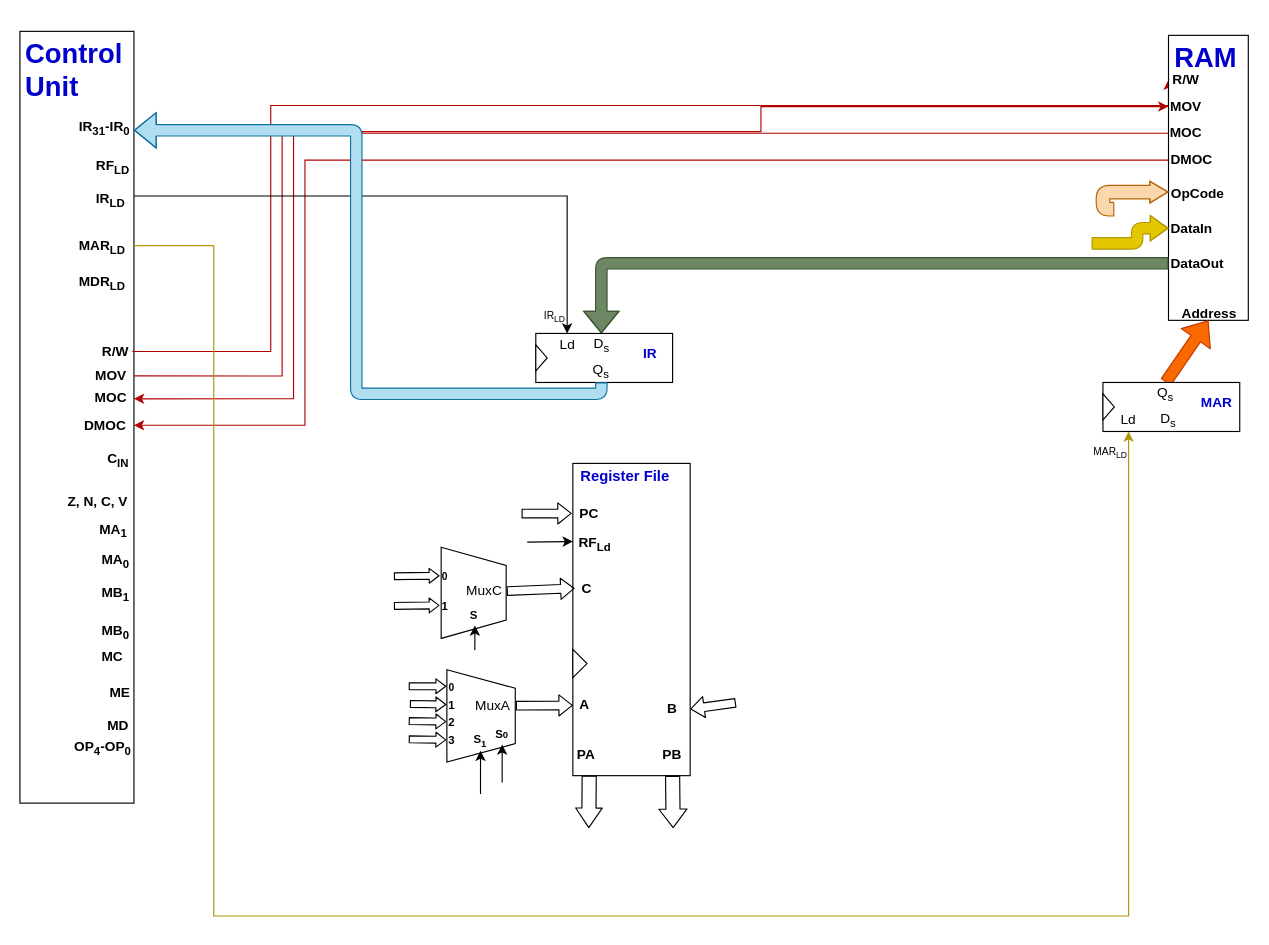
The draw.io diagram MIPS CPU Diagram.drawio in TheParodicts/MIPS_CPU_Diagram, before the edit. Source tidied: cells renumbered, new cells numbered last; positions are measured from the earlier drawing's top-left corner, leaving out a move shared by most shapes. Both pictures are drawn from the tidied source at 114%, with x=0, y=0 at pixel (19, 31).
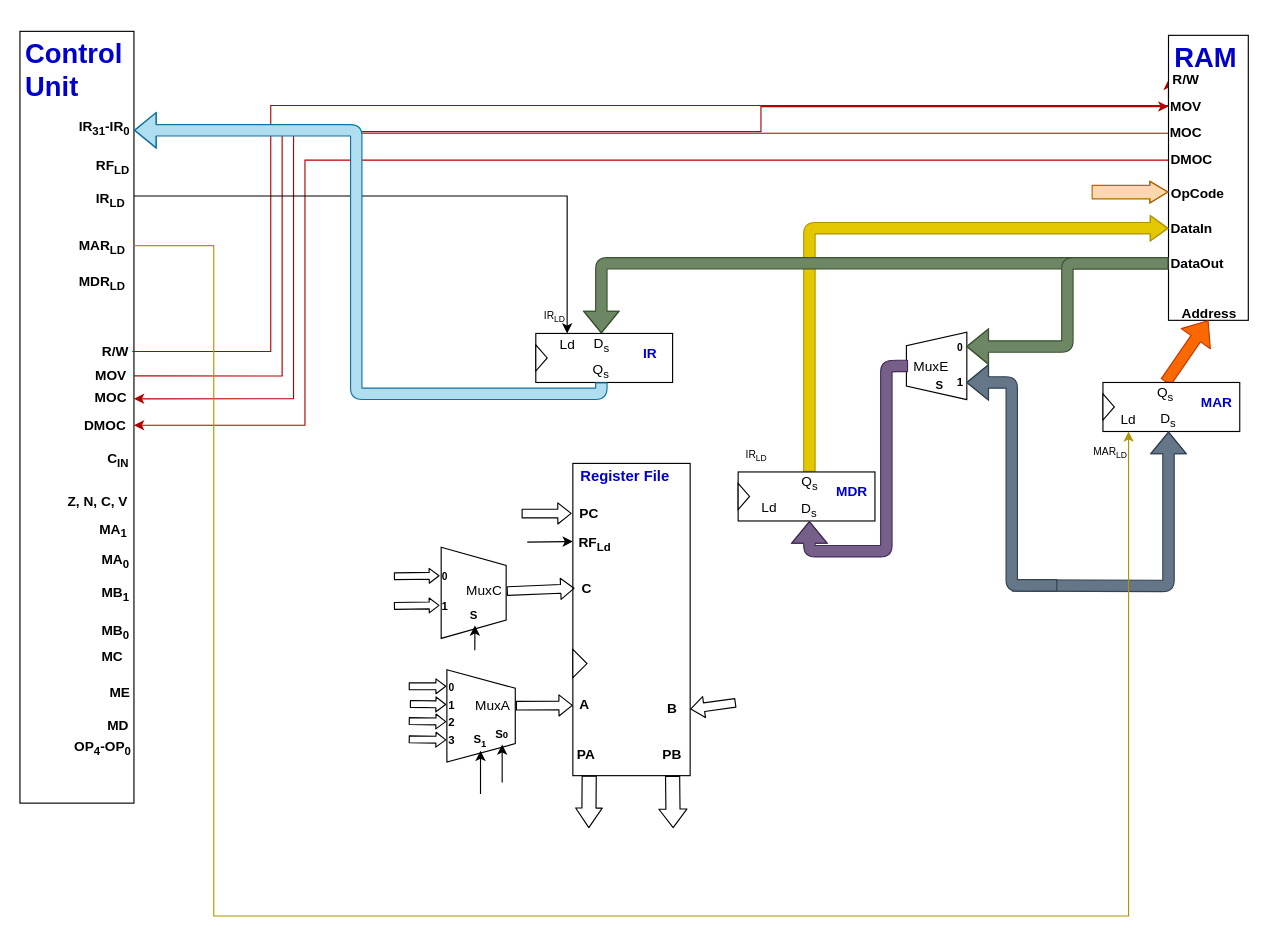
The same diagram, later.

The change refers to these unchanged cells:
```xml
<mxCell id="22" value="&lt;div style=&quot;text-align: right&quot;&gt;&lt;b&gt;MAR&lt;sub&gt;LD&lt;/sub&gt;&lt;/b&gt;&lt;br&gt;&lt;/div&gt;" style="text;html=1;" parent="5" vertex="1">
  <mxGeometry x="50" y="174" width="50" height="28" as="geometry" />
</mxCell>
<mxCell id="37" value="&lt;div style=&quot;text-align: left&quot;&gt;&lt;b&gt;DataIn&lt;/b&gt;&lt;/div&gt;" style="text;html=1;strokeColor=none;fillColor=none;align=center;verticalAlign=middle;whiteSpace=wrap;rounded=0;" parent="31" vertex="1">
  <mxGeometry y="161.4" width="40" height="15.6" as="geometry" />
</mxCell>
<mxCell id="39" value="&lt;b&gt;OpCode&lt;/b&gt;" style="text;html=1;" parent="31" vertex="1">
  <mxGeometry y="125" width="60" height="25" as="geometry" />
</mxCell>
<mxCell id="41" value="&lt;div style=&quot;text-align: left&quot;&gt;&lt;b&gt;DataOut&lt;/b&gt;&lt;/div&gt;" style="text;html=1;strokeColor=none;fillColor=none;align=center;verticalAlign=middle;whiteSpace=wrap;rounded=0;" parent="30" vertex="1">
  <mxGeometry y="190" width="50" height="20" as="geometry" />
</mxCell>
<mxCell id="68" value="Ld&lt;br&gt;" style="text;html=1;strokeColor=none;fillColor=none;align=center;verticalAlign=middle;whiteSpace=wrap;rounded=0;" parent="64" vertex="1">
  <mxGeometry x="10" y="23.1" width="25" height="20" as="geometry" />
</mxCell>
<mxCell id="69" value="D&lt;sub&gt;s&lt;/sub&gt;" style="text;html=1;strokeColor=none;fillColor=none;align=center;verticalAlign=middle;whiteSpace=wrap;rounded=0;" parent="64" vertex="1">
  <mxGeometry x="45" y="23.1" width="25" height="20" as="geometry" />
</mxCell>
```

Change to the diagram source:
```diff
@@
-    <mxCell id="42" style="shape=flexArrow;endArrow=classic;html=1;entryX=0;entryY=0.5;entryDx=0;entryDy=0;edgeStyle=orthogonalEdgeStyle;endWidth=11.162790697674419;endSize=4.82093023255814;fillColor=#e3c800;strokeColor=#B09500;" parent="1" edge="1" target="37">
+    <mxCell id="42" style="shape=flexArrow;endArrow=classic;html=1;entryX=0;entryY=0.5;entryDx=0;entryDy=0;edgeStyle=orthogonalEdgeStyle;endWidth=11.162790697674419;endSize=4.82093023255814;fillColor=#e3c800;strokeColor=#B09500;exitX=0.5;exitY=0;exitDx=0;exitDy=0;" parent="1" edge="1" source="127" target="37">
       <mxGeometry relative="1" as="geometry">
-        <mxPoint x="940" y="186" as="sourcePoint" />
         <Array as="points">
-          <mxPoint x="980" y="186" />
-          <mxPoint x="980" y="173" />
+          <mxPoint x="692" y="173" />
         </Array>
       </mxGeometry>
     </mxCell>
@@
-    <mxCell id="59" style="endArrow=classic;html=1;entryX=0.5;entryY=1;entryDx=0;entryDy=0;exitX=1;exitY=0.5;exitDx=0;exitDy=0;edgeStyle=orthogonalEdgeStyle;rounded=0;fillColor=#e3c800;strokeColor=#B09500;" parent="1" edge="1" source="22" target="68">
-      <mxGeometry relative="1" as="geometry">
-        <Array as="points">
-          <mxPoint x="170" y="188" />
-          <mxPoint x="170" y="776" />
-          <mxPoint x="972" y="776" />
-        </Array>
-      </mxGeometry>
-    </mxCell>
@@
     <mxCell id="61" style="shape=flexArrow;endArrow=classic;html=1;entryX=0;entryY=0.5;entryDx=0;entryDy=0;edgeStyle=orthogonalEdgeStyle;endWidth=6.078961600865333;endSize=4.946511627906977;width=11.86046511627907;fillColor=#fad7ac;strokeColor=#b46504;" parent="1" edge="1" target="39">
       <mxGeometry relative="1" as="geometry">
-        <mxPoint x="960" y="156" as="sourcePoint" />
+        <mxPoint x="940" y="141" as="sourcePoint" />
         <Array as="points">
-          <mxPoint x="950" y="156" />
+          <mxPoint x="950" y="141" />
           <mxPoint x="950" y="141" />
         </Array>
       </mxGeometry>
     </mxCell>
@@
+    <mxCell id="113" style="group;" parent="1" vertex="1">
+      <mxGeometry x="740.6" y="270.5" width="104" height="67" as="geometry" />
+    </mxCell>
+    <mxCell id="114" style="group;" parent="113" vertex="1">
+      <mxGeometry x="23" y="-2.5" width="81" height="67" as="geometry" />
+    </mxCell>
+    <mxCell id="115" style="shape=trapezoid;perimeter=trapezoidPerimeter;whiteSpace=wrap;html=1;rotation=-90;" parent="114" vertex="1">
+      <mxGeometry x="11" y="-1" width="59" height="53" as="geometry" />
+    </mxCell>
+    <mxCell id="116" value="&lt;font size=&quot;1&quot;&gt;&lt;b&gt;1&lt;/b&gt;&lt;/font&gt;" style="text;html=1;strokeColor=none;fillColor=none;align=center;verticalAlign=middle;whiteSpace=wrap;rounded=0;" parent="114" vertex="1">
+      <mxGeometry x="56.5" y="30" width="10" height="20" as="geometry" />
+    </mxCell>
+    <mxCell id="117" value="MuxE" style="text;html=1;strokeColor=none;fillColor=none;align=center;verticalAlign=middle;whiteSpace=wrap;rounded=0;" parent="114" vertex="1">
+      <mxGeometry x="15.5" y="15.5" width="41" height="20" as="geometry" />
+    </mxCell>
+    <mxCell id="118" value="&lt;font size=&quot;1&quot;&gt;&lt;b&gt;S&lt;/b&gt;&lt;/font&gt;" style="text;html=1;strokeColor=none;fillColor=none;align=center;verticalAlign=middle;whiteSpace=wrap;rounded=0;" parent="114" vertex="1">
+      <mxGeometry x="32.5" y="32" width="22" height="20" as="geometry" />
+    </mxCell>
+    <mxCell id="119" value="&lt;font style=&quot;font-size: 9px&quot;&gt;&lt;b&gt;0&lt;/b&gt;&lt;/font&gt;" style="text;html=1;strokeColor=none;fillColor=none;align=center;verticalAlign=middle;whiteSpace=wrap;rounded=0;" parent="1" vertex="1">
+      <mxGeometry x="820.1" y="266.5" width="10" height="20" as="geometry" />
+    </mxCell>
+    <mxCell id="120" style="shape=flexArrow;endArrow=classic;html=1;entryX=1;entryY=0.5;entryDx=0;entryDy=0;edgeStyle=orthogonalEdgeStyle;exitX=0;exitY=0.5;exitDx=0;exitDy=0;fillColor=#6d8764;strokeColor=#3A5431;" parent="1" edge="1" source="41" target="119">
+      <mxGeometry relative="1" as="geometry" />
+    </mxCell>
+    <mxCell id="121" style="shape=flexArrow;endArrow=classic;html=1;entryX=0.5;entryY=1;entryDx=0;entryDy=0;edgeStyle=orthogonalEdgeStyle;fillColor=#647687;strokeColor=#314354;" parent="1" edge="1" target="69">
+      <mxGeometry relative="1" as="geometry">
+        <mxPoint x="870" y="486" as="sourcePoint" />
+      </mxGeometry>
+    </mxCell>
+    <mxCell id="122" style="shape=flexArrow;endArrow=classic;html=1;entryX=1;entryY=0.5;entryDx=0;entryDy=0;edgeStyle=orthogonalEdgeStyle;fillColor=#647687;strokeColor=#314354;" parent="1" edge="1" target="116">
+      <mxGeometry relative="1" as="geometry">
+        <mxPoint x="910" y="486" as="sourcePoint" />
+        <Array as="points">
+          <mxPoint x="870" y="308" />
+        </Array>
+      </mxGeometry>
+    </mxCell>
+    <mxCell id="59" style="endArrow=classic;html=1;entryX=0.5;entryY=1;entryDx=0;entryDy=0;exitX=1;exitY=0.5;exitDx=0;exitDy=0;edgeStyle=orthogonalEdgeStyle;rounded=0;fillColor=#e3c800;strokeColor=#B09500;" parent="1" edge="1" source="22" target="68">
+      <mxGeometry relative="1" as="geometry">
+        <Array as="points">
+          <mxPoint x="170" y="188" />
+          <mxPoint x="170" y="776" />
+          <mxPoint x="972" y="776" />
+        </Array>
+      </mxGeometry>
+    </mxCell>
+    <mxCell id="123" style="group;" parent="1" vertex="1">
+      <mxGeometry x="630" y="356.5" width="120" height="73" as="geometry" />
+    </mxCell>
+    <mxCell id="124" style="group;" parent="123" vertex="1">
+      <mxGeometry y="29.9" width="120" height="43.1" as="geometry" />
+    </mxCell>
+    <mxCell id="125" style="rounded=0;whiteSpace=wrap;html=1;align=center;" parent="124" vertex="1">
+      <mxGeometry y="0.1" width="120" height="43" as="geometry" />
+    </mxCell>
+    <mxCell id="126" value="&lt;b&gt;&lt;font color=&quot;#0000cc&quot;&gt;MDR&lt;/font&gt;&lt;/b&gt;" style="text;html=1;strokeColor=none;fillColor=none;align=center;verticalAlign=middle;whiteSpace=wrap;rounded=0;" parent="124" vertex="1">
+      <mxGeometry x="80" y="0.1" width="40" height="35" as="geometry" />
+    </mxCell>
+    <mxCell id="127" value="Q&lt;sub&gt;s&lt;/sub&gt;" style="text;html=1;strokeColor=none;fillColor=none;align=center;verticalAlign=middle;whiteSpace=wrap;rounded=0;" parent="124" vertex="1">
+      <mxGeometry x="42.5" width="40" height="20" as="geometry" />
+    </mxCell>
+    <mxCell id="128" value="Ld&lt;br&gt;" style="text;html=1;strokeColor=none;fillColor=none;align=center;verticalAlign=middle;whiteSpace=wrap;rounded=0;" parent="124" vertex="1">
+      <mxGeometry x="15" y="21.6" width="25" height="20" as="geometry" />
+    </mxCell>
+    <mxCell id="129" value="D&lt;sub&gt;s&lt;/sub&gt;" style="text;html=1;strokeColor=none;fillColor=none;align=center;verticalAlign=middle;whiteSpace=wrap;rounded=0;" parent="124" vertex="1">
+      <mxGeometry x="50" y="23.1" width="25" height="20" as="geometry" />
+    </mxCell>
+    <mxCell id="130" style="triangle;whiteSpace=wrap;html=1;align=center;" parent="124" vertex="1">
+      <mxGeometry y="10.1" width="10" height="23" as="geometry" />
+    </mxCell>
+    <mxCell id="131" value="&lt;font style=&quot;font-size: 9px&quot;&gt;IR&lt;sub&gt;LD&lt;/sub&gt;&lt;/font&gt;" style="text;html=1;" parent="123" vertex="1">
+      <mxGeometry x="5" width="30" height="30" as="geometry" />
+    </mxCell>
+    <mxCell id="132" style="shape=flexArrow;endArrow=classic;html=1;exitX=0;exitY=0.5;exitDx=0;exitDy=0;entryX=0.5;entryY=1;entryDx=0;entryDy=0;edgeStyle=orthogonalEdgeStyle;fillColor=#76608a;strokeColor=#432D57;" parent="1" edge="1" source="117" target="129">
+      <mxGeometry relative="1" as="geometry">
+        <Array as="points">
+          <mxPoint x="770" y="294" />
+          <mxPoint x="760" y="294" />
+          <mxPoint x="760" y="456" />
+          <mxPoint x="693" y="456" />
+        </Array>
+      </mxGeometry>
+    </mxCell>
```
